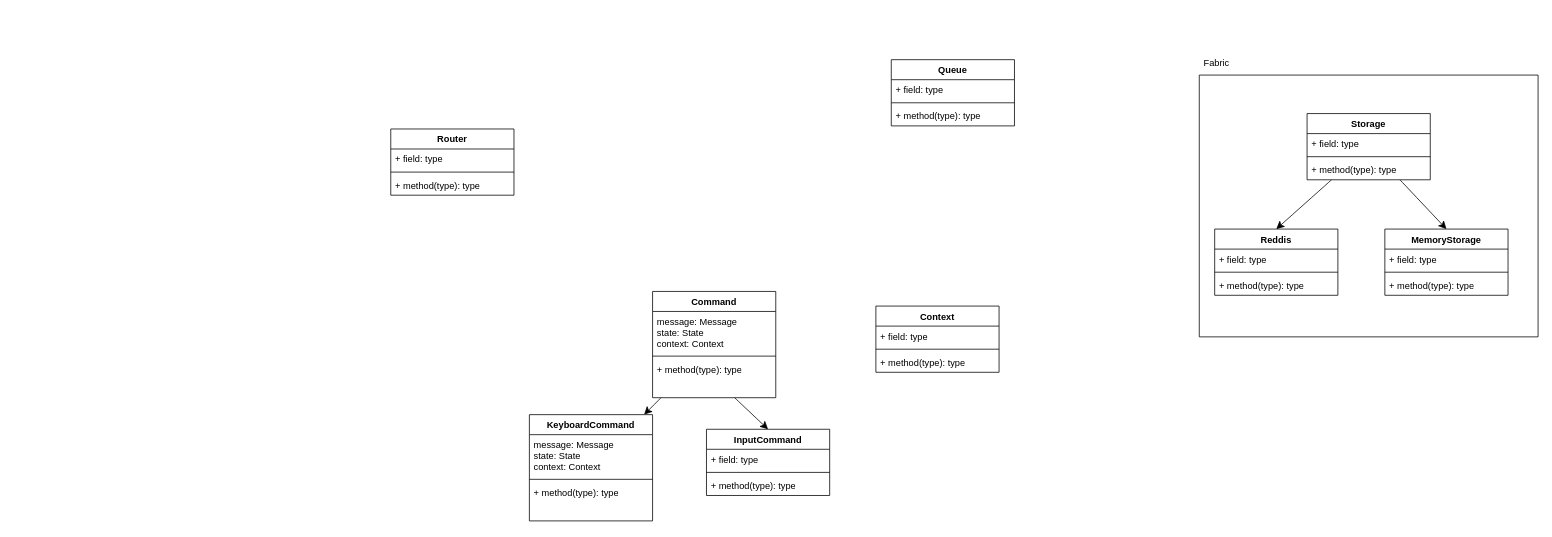
Before: Untitled Diagram.drawio in Rowolfs/YYANSTBOT, a draw.io diagram. Source tidied: cells renumbered, new cells numbered last; positions are measured from the earlier drawing's top-left corner, leaving out a move shared by most shapes. Both pictures are drawn from the tidied source at 77%, with x=0, y=0 at pixel (390, 52).
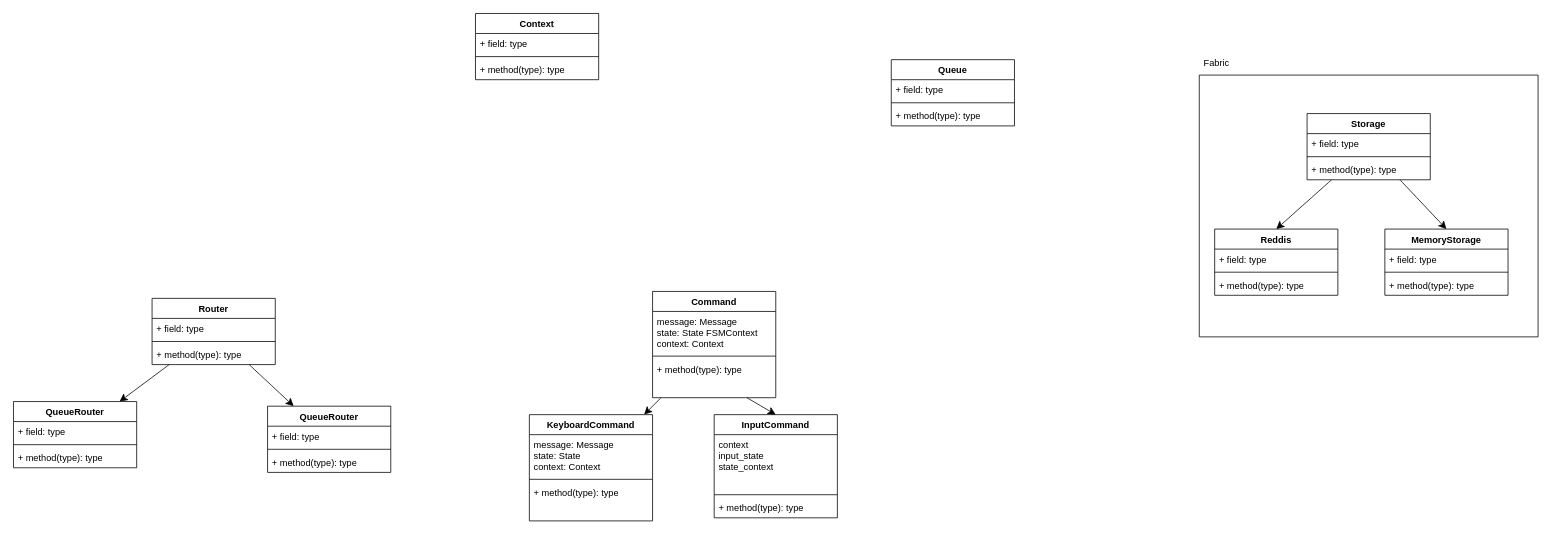
The same diagram, later.

Unchanged cells that the change refers to:
```xml
<mxCell id="7" value="Command" style="swimlane;fontStyle=1;align=center;verticalAlign=top;horizontal=1;startSize=26;whiteSpace=wrap;html=1;" parent="1" vertex="1">
  <mxGeometry x="340" y="311" width="160" height="138" as="geometry" />
</mxCell>
```

What changed in the source:
```diff
@@
     <mxCell id="2" value="Context" style="swimlane;fontStyle=1;align=center;verticalAlign=top;horizontal=1;startSize=26;whiteSpace=wrap;html=1;" parent="1" vertex="1">
-      <mxGeometry x="630" y="330" width="160" height="86" as="geometry" />
+      <mxGeometry x="110" y="-50" width="160" height="86" as="geometry" />
     </mxCell>
@@
-    <mxCell id="8" value="message: Message&lt;br&gt;&lt;div&gt;state: State&lt;/div&gt;&lt;div&gt;context: Context&lt;/div&gt;&lt;div&gt;&lt;br&gt;&lt;/div&gt;" style="text;strokeColor=none;fillColor=none;align=left;verticalAlign=top;spacingLeft=4;spacingRight=4;overflow=hidden;whiteSpace=wrap;html=1;" parent="7" vertex="1">
+    <mxCell id="8" value="message: Message&lt;br&gt;&lt;div&gt;state: State FSMContext&lt;/div&gt;&lt;div&gt;context: Context&lt;/div&gt;&lt;div&gt;&lt;br&gt;&lt;/div&gt;" style="text;strokeColor=none;fillColor=none;align=left;verticalAlign=top;spacingLeft=4;spacingRight=4;overflow=hidden;whiteSpace=wrap;html=1;" parent="7" vertex="1">
       <mxGeometry y="26" width="160" height="54" as="geometry" />
     </mxCell>
@@
+    <mxCell id="45" style="edgeStyle=none;curved=1;rounded=0;jettySize=auto;html=1;fontSize=12;startSize=8;endSize=8;" parent="1" edge="1" source="15" target="47">
+      <mxGeometry relative="1" as="geometry" />
+    </mxCell>
+    <mxCell id="46" style="edgeStyle=none;curved=1;rounded=0;jettySize=auto;html=1;fontSize=12;startSize=8;endSize=8;" parent="1" edge="1" source="15" target="51">
+      <mxGeometry relative="1" as="geometry" />
+    </mxCell>
     <mxCell id="15" value="Router" style="swimlane;fontStyle=1;align=center;verticalAlign=top;horizontal=1;startSize=26;whiteSpace=wrap;html=1;" parent="1" vertex="1">
-      <mxGeometry y="100" width="160" height="86" as="geometry" />
+      <mxGeometry x="-310" y="320" width="160" height="86" as="geometry" />
     </mxCell>
@@
     <mxCell id="23" value="&lt;div&gt;InputCommand&lt;/div&gt;&lt;div&gt;&lt;br&gt;&lt;/div&gt;" style="swimlane;fontStyle=1;align=center;verticalAlign=top;horizontal=1;startSize=26;whiteSpace=wrap;html=1;" parent="1" vertex="1">
-      <mxGeometry x="410" y="490" width="160" height="86" as="geometry" />
+      <mxGeometry x="420" y="471" width="160" height="134" as="geometry" />
     </mxCell>
-    <mxCell id="24" value="+ field: type" style="text;strokeColor=none;fillColor=none;align=left;verticalAlign=top;spacingLeft=4;spacingRight=4;overflow=hidden;whiteSpace=wrap;html=1;" parent="23" vertex="1">
-      <mxGeometry y="26" width="160" height="26" as="geometry" />
+    <mxCell id="24" value="&lt;div&gt;context&lt;/div&gt;&lt;div&gt;input_state&lt;/div&gt;&lt;div&gt;state_context&lt;/div&gt;&lt;div&gt;&lt;br&gt;&lt;/div&gt;" style="text;strokeColor=none;fillColor=none;align=left;verticalAlign=top;spacingLeft=4;spacingRight=4;overflow=hidden;whiteSpace=wrap;html=1;" parent="23" vertex="1">
+      <mxGeometry y="26" width="160" height="74" as="geometry" />
     </mxCell>
     <mxCell id="25" style="line;strokeWidth=1;fillColor=none;align=left;verticalAlign=middle;spacingTop=-1;spacingLeft=3;spacingRight=3;labelPosition=right;strokeColor=inherit;" parent="23" vertex="1">
-      <mxGeometry y="52" width="160" height="8" as="geometry" />
+      <mxGeometry y="100" width="160" height="8" as="geometry" />
     </mxCell>
     <mxCell id="26" value="+ method(type): type" style="text;strokeColor=none;fillColor=none;align=left;verticalAlign=top;spacingLeft=4;spacingRight=4;overflow=hidden;whiteSpace=wrap;html=1;" parent="23" vertex="1">
-      <mxGeometry y="60" width="160" height="26" as="geometry" />
+      <mxGeometry y="108" width="160" height="26" as="geometry" />
     </mxCell>
@@
+    <mxCell id="47" value="QueueRouter" style="swimlane;fontStyle=1;align=center;verticalAlign=top;horizontal=1;startSize=26;whiteSpace=wrap;html=1;" parent="1" vertex="1">
+      <mxGeometry x="-490" y="454" width="160" height="86" as="geometry" />
+    </mxCell>
+    <mxCell id="48" value="+ field: type" style="text;strokeColor=none;fillColor=none;align=left;verticalAlign=top;spacingLeft=4;spacingRight=4;overflow=hidden;whiteSpace=wrap;html=1;" parent="47" vertex="1">
+      <mxGeometry y="26" width="160" height="26" as="geometry" />
+    </mxCell>
+    <mxCell id="49" style="line;strokeWidth=1;fillColor=none;align=left;verticalAlign=middle;spacingTop=-1;spacingLeft=3;spacingRight=3;labelPosition=right;strokeColor=inherit;" parent="47" vertex="1">
+      <mxGeometry y="52" width="160" height="8" as="geometry" />
+    </mxCell>
+    <mxCell id="50" value="+ method(type): type" style="text;strokeColor=none;fillColor=none;align=left;verticalAlign=top;spacingLeft=4;spacingRight=4;overflow=hidden;whiteSpace=wrap;html=1;" parent="47" vertex="1">
+      <mxGeometry y="60" width="160" height="26" as="geometry" />
+    </mxCell>
+    <mxCell id="51" value="QueueRouter" style="swimlane;fontStyle=1;align=center;verticalAlign=top;horizontal=1;startSize=26;whiteSpace=wrap;html=1;" parent="1" vertex="1">
+      <mxGeometry x="-160" y="460" width="160" height="86" as="geometry" />
+    </mxCell>
+    <mxCell id="52" value="+ field: type" style="text;strokeColor=none;fillColor=none;align=left;verticalAlign=top;spacingLeft=4;spacingRight=4;overflow=hidden;whiteSpace=wrap;html=1;" parent="51" vertex="1">
+      <mxGeometry y="26" width="160" height="26" as="geometry" />
+    </mxCell>
+    <mxCell id="53" style="line;strokeWidth=1;fillColor=none;align=left;verticalAlign=middle;spacingTop=-1;spacingLeft=3;spacingRight=3;labelPosition=right;strokeColor=inherit;" parent="51" vertex="1">
+      <mxGeometry y="52" width="160" height="8" as="geometry" />
+    </mxCell>
+    <mxCell id="54" value="+ method(type): type" style="text;strokeColor=none;fillColor=none;align=left;verticalAlign=top;spacingLeft=4;spacingRight=4;overflow=hidden;whiteSpace=wrap;html=1;" parent="51" vertex="1">
+      <mxGeometry y="60" width="160" height="26" as="geometry" />
+    </mxCell>
```
